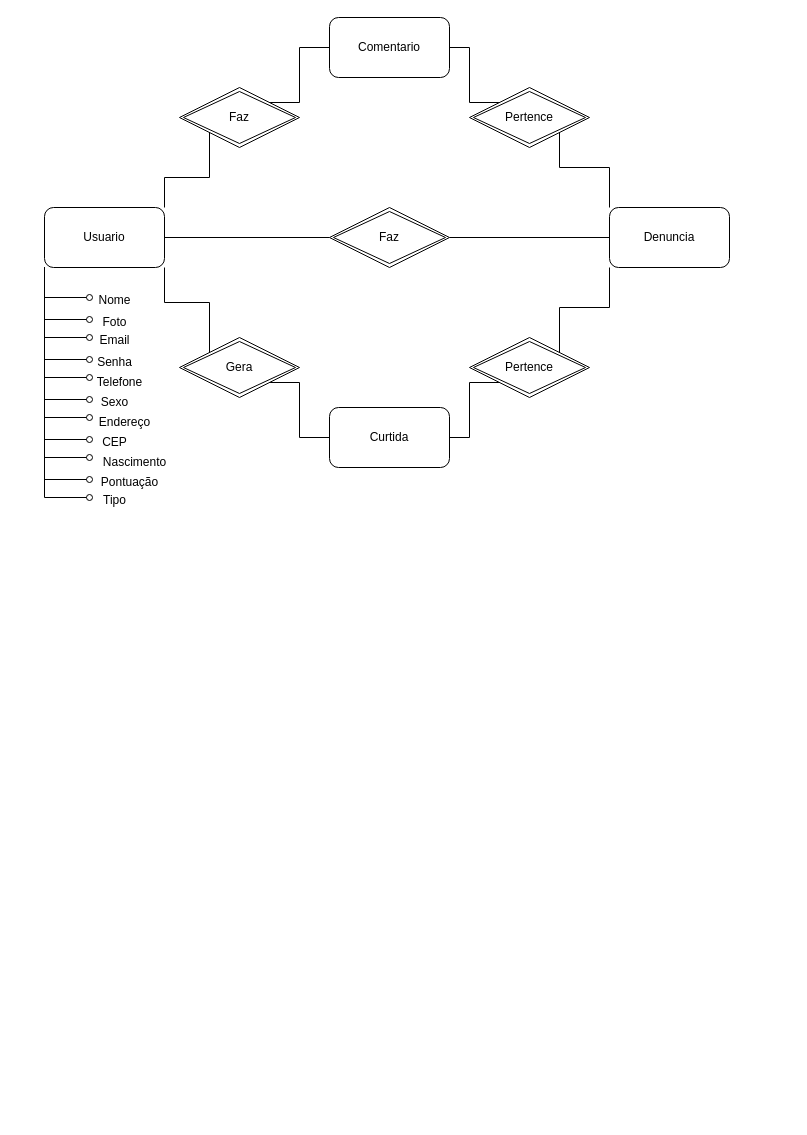
frsouzaa/Documentacao-TCC-NossaVia keeps this draw.io diagram as Documentação/Diagramas/Diagrama Entidade Relacionamento.drawio. Above is the earlier version. Source tidied: cells renumbered, new cells numbered last; positions are measured from the earlier drawing's top-left corner, leaving out a move shared by most shapes. Both pictures are drawn from the tidied source at 100%, with x=0, y=0 at pixel (44, 17).
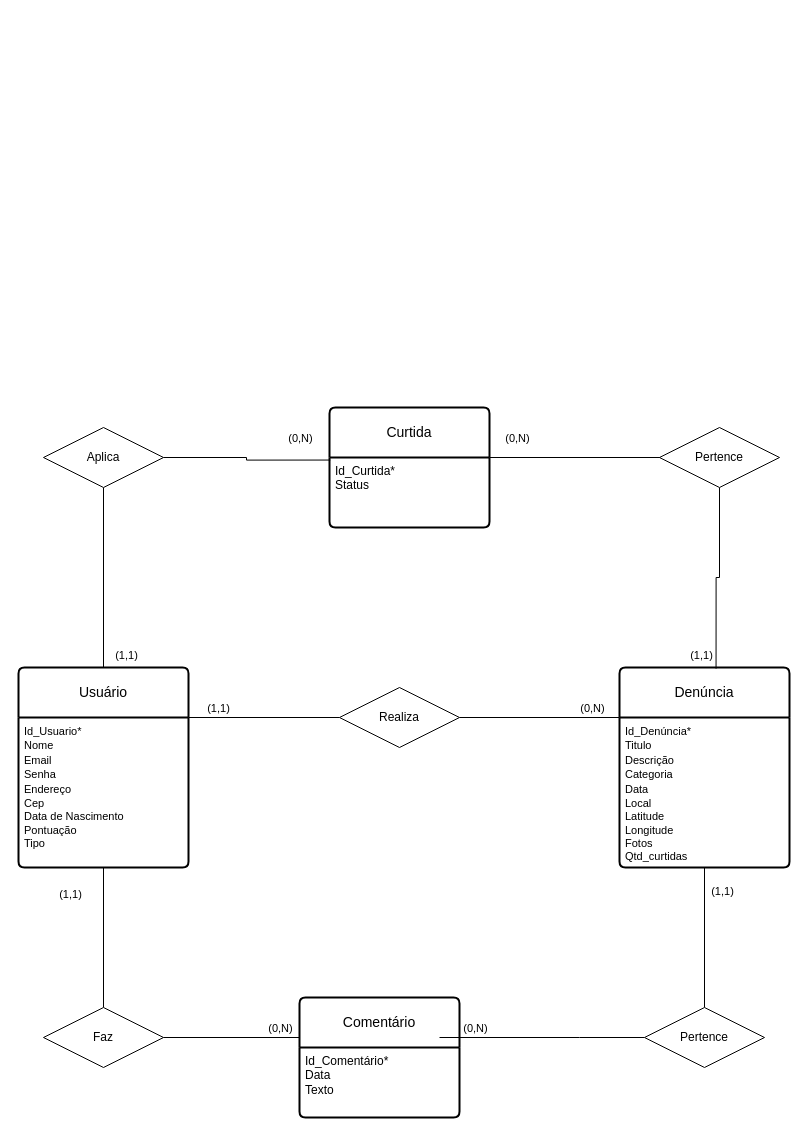
Above is the later version.

The edit, as a diff of the source:
```diff
@@
-    <mxCell id="2" style="edgeStyle=orthogonalEdgeStyle;rounded=0;jettySize=auto;html=1;exitX=1;exitY=0;exitDx=0;exitDy=0;entryX=0;entryY=1;entryDx=0;entryDy=0;endArrow=none;endFill=0;" parent="1" edge="1" source="6" target="13">
-      <mxGeometry relative="1" as="geometry" />
-    </mxCell>
-    <mxCell id="3" style="edgeStyle=orthogonalEdgeStyle;rounded=0;jettySize=auto;html=1;exitX=1;exitY=1;exitDx=0;exitDy=0;entryX=0;entryY=0;entryDx=0;entryDy=0;endArrow=none;endFill=0;" parent="1" edge="1" source="6" target="15">
-      <mxGeometry relative="1" as="geometry" />
-    </mxCell>
-    <mxCell id="4" style="edgeStyle=orthogonalEdgeStyle;rounded=0;jettySize=auto;html=1;exitX=1;exitY=0.5;exitDx=0;exitDy=0;entryX=0;entryY=0.5;entryDx=0;entryDy=0;endArrow=none;endFill=0;" parent="1" edge="1" source="6" target="17">
-      <mxGeometry relative="1" as="geometry" />
-    </mxCell>
-    <mxCell id="5" style="edgeStyle=orthogonalEdgeStyle;rounded=0;jettySize=auto;html=1;exitX=0;exitY=1;exitDx=0;exitDy=0;endArrow=oval;endFill=0;" parent="1" edge="1" source="6">
-      <mxGeometry relative="1" as="geometry">
-        <mxPoint x="45" y="280" as="targetPoint" />
-        <Array as="points">
-          <mxPoint y="280" />
-        </Array>
-      </mxGeometry>
-    </mxCell>
-    <mxCell id="6" value="Usuario" style="rounded=1;whiteSpace=wrap;html=1;" parent="1" vertex="1">
-      <mxGeometry y="190" width="120" height="60" as="geometry" />
-    </mxCell>
-    <mxCell id="7" value="Denuncia" style="rounded=1;whiteSpace=wrap;html=1;" parent="1" vertex="1">
-      <mxGeometry x="565" y="190" width="120" height="60" as="geometry" />
-    </mxCell>
-    <mxCell id="8" style="edgeStyle=orthogonalEdgeStyle;rounded=0;jettySize=auto;html=1;exitX=1;exitY=0.5;exitDx=0;exitDy=0;entryX=0;entryY=0;entryDx=0;entryDy=0;endArrow=none;endFill=0;" parent="1" edge="1" source="9" target="19">
-      <mxGeometry relative="1" as="geometry">
-        <Array as="points">
-          <mxPoint x="425" y="30" />
-          <mxPoint x="425" y="85" />
-        </Array>
-      </mxGeometry>
-    </mxCell>
-    <mxCell id="9" value="Comentario" style="rounded=1;whiteSpace=wrap;html=1;" parent="1" vertex="1">
-      <mxGeometry x="285" width="120" height="60" as="geometry" />
-    </mxCell>
-    <mxCell id="10" style="edgeStyle=orthogonalEdgeStyle;rounded=0;jettySize=auto;html=1;exitX=1;exitY=0.5;exitDx=0;exitDy=0;entryX=0;entryY=1;entryDx=0;entryDy=0;endArrow=none;endFill=0;" parent="1" edge="1" source="11" target="21">
-      <mxGeometry relative="1" as="geometry">
-        <Array as="points">
-          <mxPoint x="425" y="420" />
-          <mxPoint x="425" y="365" />
-        </Array>
-      </mxGeometry>
-    </mxCell>
+    <mxCell id="43" value="Usuário" style="swimlane;horizontal=1;startSize=50;rounded=1;fontSize=14;fontStyle=0;strokeWidth=2;shadow=0;dashed=0;align=center;arcSize=4;whiteSpace=wrap;html=1;" parent="1" vertex="1">
+      <mxGeometry x="-26" y="650" width="170" height="200" as="geometry" />
+    </mxCell>
+    <mxCell id="44" value="&lt;font style=&quot;font-size: 11px;&quot;&gt;Id_Usuario*&lt;br&gt;Nome&lt;br&gt;Email&lt;br&gt;Senha&lt;br&gt;Endereço&lt;br&gt;Cep&lt;br&gt;&lt;/font&gt;&lt;div style=&quot;font-size: 11px;&quot;&gt;&lt;font style=&quot;font-size: 11px;&quot;&gt;Data de Nascimento&lt;br&gt;Pontuação&lt;br&gt;Tipo&lt;/font&gt;&lt;br&gt;&lt;/div&gt;" style="align=left;strokeColor=none;fillColor=none;spacingLeft=4;fontSize=12;verticalAlign=top;html=1;" parent="43" vertex="1">
+      <mxGeometry y="50" width="170" height="150" as="geometry" />
+    </mxCell>
+    <mxCell id="45" value="Denúncia" style="swimlane;horizontal=1;startSize=50;rounded=1;fontSize=14;fontStyle=0;strokeWidth=2;shadow=0;dashed=0;align=center;arcSize=4;whiteSpace=wrap;html=1;" parent="1" vertex="1">
+      <mxGeometry x="575" y="650" width="170" height="200" as="geometry" />
+    </mxCell>
+    <mxCell id="46" value="&lt;font style=&quot;font-size: 11px;&quot;&gt;Id_Denúncia*&lt;br&gt;Titulo&lt;br&gt;Descrição&lt;br&gt;Categoria&lt;br&gt;Data&lt;br&gt;Local&lt;br&gt;&lt;/font&gt;&lt;div style=&quot;font-size: 11px;&quot;&gt;&lt;font style=&quot;font-size: 11px;&quot;&gt;Latitude&lt;br&gt;Longitude&lt;br&gt;&lt;/font&gt;Fotos&lt;/div&gt;&lt;div style=&quot;font-size: 11px;&quot;&gt;Qtd_curtidas&lt;/div&gt;" style="align=left;strokeColor=none;fillColor=none;spacingLeft=4;fontSize=12;verticalAlign=top;html=1;" parent="45" vertex="1">
+      <mxGeometry y="50" width="170" height="150" as="geometry" />
+    </mxCell>
+    <mxCell id="47" value="Comentário" style="swimlane;horizontal=1;startSize=50;rounded=1;fontSize=14;fontStyle=0;strokeWidth=2;shadow=0;align=center;arcSize=4;whiteSpace=wrap;html=1;" parent="1" vertex="1">
+      <mxGeometry x="255" y="980" width="160" height="120" as="geometry" />
+    </mxCell>
+    <mxCell id="48" value="&lt;div&gt;Id_Comentário*&lt;/div&gt;Data&lt;div&gt;Texto&lt;/div&gt;" style="align=left;strokeColor=none;fillColor=none;spacingLeft=4;fontSize=12;verticalAlign=top;html=1;" parent="47" vertex="1">
+      <mxGeometry y="50" width="160" height="70" as="geometry" />
+    </mxCell>
-    <mxCell id="11" value="Curtida" style="rounded=1;whiteSpace=wrap;html=1;" parent="1" vertex="1">
-      <mxGeometry x="285" y="390" width="120" height="60" as="geometry" />
+    <mxCell id="11" value="Curtida" style="swimlane;horizontal=1;startSize=50;rounded=1;fontSize=14;fontStyle=0;strokeWidth=2;shadow=0;align=center;arcSize=4;whiteSpace=wrap;html=1;" parent="1" vertex="1">
+      <mxGeometry x="285" y="390" width="160" height="120" as="geometry" />
     </mxCell>
-    <mxCell id="12" style="edgeStyle=orthogonalEdgeStyle;rounded=0;jettySize=auto;html=1;exitX=1;exitY=0;exitDx=0;exitDy=0;entryX=0;entryY=0.5;entryDx=0;entryDy=0;endArrow=none;endFill=0;" parent="1" edge="1" source="13" target="9">
-      <mxGeometry relative="1" as="geometry">
-        <Array as="points">
-          <mxPoint x="255" y="85" />
-          <mxPoint x="255" y="30" />
-        </Array>
-      </mxGeometry>
-    </mxCell>
-    <mxCell id="13" value="Faz" style="shape=rhombus;double=1;perimeter=rhombusPerimeter;whiteSpace=wrap;html=1;align=center;" parent="1" vertex="1">
-      <mxGeometry x="135" y="70" width="120" height="60" as="geometry" />
-    </mxCell>
-    <mxCell id="14" style="edgeStyle=orthogonalEdgeStyle;rounded=0;jettySize=auto;html=1;exitX=1;exitY=1;exitDx=0;exitDy=0;entryX=0;entryY=0.5;entryDx=0;entryDy=0;endArrow=none;endFill=0;" parent="1" edge="1" source="15" target="11">
-      <mxGeometry relative="1" as="geometry">
-        <Array as="points">
-          <mxPoint x="255" y="365" />
-          <mxPoint x="255" y="420" />
-        </Array>
-      </mxGeometry>
-    </mxCell>
-    <mxCell id="15" value="Gera" style="shape=rhombus;double=1;perimeter=rhombusPerimeter;whiteSpace=wrap;html=1;align=center;" parent="1" vertex="1">
-      <mxGeometry x="135" y="320" width="120" height="60" as="geometry" />
-    </mxCell>
-    <mxCell id="16" style="edgeStyle=orthogonalEdgeStyle;rounded=0;jettySize=auto;html=1;exitX=1;exitY=0.5;exitDx=0;exitDy=0;entryX=0;entryY=0.5;entryDx=0;entryDy=0;endArrow=none;endFill=0;" parent="1" edge="1" source="17" target="7">
-      <mxGeometry relative="1" as="geometry" />
-    </mxCell>
-    <mxCell id="17" value="Faz" style="shape=rhombus;double=1;perimeter=rhombusPerimeter;whiteSpace=wrap;html=1;align=center;" parent="1" vertex="1">
-      <mxGeometry x="285" y="190" width="120" height="60" as="geometry" />
-    </mxCell>
-    <mxCell id="18" style="edgeStyle=orthogonalEdgeStyle;rounded=0;jettySize=auto;html=1;exitX=1;exitY=1;exitDx=0;exitDy=0;entryX=0;entryY=0;entryDx=0;entryDy=0;endArrow=none;endFill=0;" parent="1" edge="1" source="19" target="7">
-      <mxGeometry relative="1" as="geometry">
-        <Array as="points">
-          <mxPoint x="515" y="150" />
-          <mxPoint x="565" y="150" />
-        </Array>
-      </mxGeometry>
-    </mxCell>
-    <mxCell id="19" value="Pertence" style="shape=rhombus;double=1;perimeter=rhombusPerimeter;whiteSpace=wrap;html=1;align=center;" parent="1" vertex="1">
-      <mxGeometry x="425" y="70" width="120" height="60" as="geometry" />
-    </mxCell>
-    <mxCell id="20" style="edgeStyle=orthogonalEdgeStyle;rounded=0;jettySize=auto;html=1;exitX=1;exitY=0;exitDx=0;exitDy=0;entryX=0;entryY=1;entryDx=0;entryDy=0;endArrow=none;endFill=0;" parent="1" edge="1" source="21" target="7">
-      <mxGeometry relative="1" as="geometry">
-        <Array as="points">
-          <mxPoint x="515" y="290" />
-          <mxPoint x="565" y="290" />
-        </Array>
-      </mxGeometry>
-    </mxCell>
-    <mxCell id="21" value="Pertence" style="shape=rhombus;double=1;perimeter=rhombusPerimeter;whiteSpace=wrap;html=1;align=center;" parent="1" vertex="1">
-      <mxGeometry x="425" y="320" width="120" height="60" as="geometry" />
-    </mxCell>
-    <mxCell id="22" value="Nome" style="text;html=1;align=center;verticalAlign=middle;strokeColor=none;fillColor=none;" parent="1" vertex="1">
-      <mxGeometry x="40" y="268" width="60" height="30" as="geometry" />
-    </mxCell>
-    <mxCell id="23" style="edgeStyle=orthogonalEdgeStyle;rounded=0;jettySize=auto;html=1;exitX=0;exitY=1;exitDx=0;exitDy=0;endArrow=oval;endFill=0;" parent="1" edge="1" source="6">
-      <mxGeometry relative="1" as="geometry">
-        <mxPoint x="45" y="302" as="targetPoint" />
-        <Array as="points">
-          <mxPoint y="302" />
-        </Array>
-      </mxGeometry>
-    </mxCell>
-    <mxCell id="24" value="Foto" style="text;html=1;align=center;verticalAlign=middle;strokeColor=none;fillColor=none;" parent="1" vertex="1">
-      <mxGeometry x="45" y="290" width="50" height="30" as="geometry" />
-    </mxCell>
-    <mxCell id="25" style="edgeStyle=orthogonalEdgeStyle;rounded=0;jettySize=auto;html=1;exitX=0;exitY=1;exitDx=0;exitDy=0;endArrow=oval;endFill=0;" parent="1" edge="1" source="6">
-      <mxGeometry relative="1" as="geometry">
-        <mxPoint x="45" y="320" as="targetPoint" />
-        <Array as="points">
-          <mxPoint y="320" />
-        </Array>
-      </mxGeometry>
-    </mxCell>
-    <mxCell id="26" value="Email" style="text;html=1;align=center;verticalAlign=middle;strokeColor=none;fillColor=none;" parent="1" vertex="1">
-      <mxGeometry x="45" y="308" width="50" height="30" as="geometry" />
-    </mxCell>
-    <mxCell id="27" style="edgeStyle=orthogonalEdgeStyle;rounded=0;jettySize=auto;html=1;exitX=0;exitY=1;exitDx=0;exitDy=0;endArrow=oval;endFill=0;" parent="1" edge="1" source="6">
-      <mxGeometry relative="1" as="geometry">
-        <mxPoint x="45" y="342" as="targetPoint" />
-        <Array as="points">
-          <mxPoint y="342" />
-        </Array>
-      </mxGeometry>
-    </mxCell>
-    <mxCell id="28" value="Senha" style="text;html=1;align=center;verticalAlign=middle;strokeColor=none;fillColor=none;" parent="1" vertex="1">
-      <mxGeometry x="40" y="330" width="60" height="30" as="geometry" />
-    </mxCell>
-    <mxCell id="29" style="edgeStyle=orthogonalEdgeStyle;rounded=0;jettySize=auto;html=1;exitX=0;exitY=1;exitDx=0;exitDy=0;endArrow=oval;endFill=0;" parent="1" edge="1" source="6">
-      <mxGeometry relative="1" as="geometry">
-        <mxPoint x="45" y="360" as="targetPoint" />
-        <Array as="points">
-          <mxPoint y="360" />
-        </Array>
-      </mxGeometry>
-    </mxCell>
-    <mxCell id="30" value="Telefone" style="text;html=1;align=center;verticalAlign=middle;strokeColor=none;fillColor=none;" parent="1" vertex="1">
-      <mxGeometry x="40" y="350" width="70" height="30" as="geometry" />
-    </mxCell>
-    <mxCell id="31" style="edgeStyle=orthogonalEdgeStyle;rounded=0;jettySize=auto;html=1;exitX=0;exitY=1;exitDx=0;exitDy=0;endArrow=oval;endFill=0;" parent="1" edge="1" source="6">
-      <mxGeometry relative="1" as="geometry">
-        <mxPoint x="45" y="382" as="targetPoint" />
-        <Array as="points">
-          <mxPoint y="382" />
-        </Array>
-      </mxGeometry>
-    </mxCell>
-    <mxCell id="32" value="Sexo" style="text;html=1;align=center;verticalAlign=middle;strokeColor=none;fillColor=none;" parent="1" vertex="1">
-      <mxGeometry x="45" y="370" width="50" height="30" as="geometry" />
-    </mxCell>
-    <mxCell id="33" style="edgeStyle=orthogonalEdgeStyle;rounded=0;jettySize=auto;html=1;exitX=0;exitY=1;exitDx=0;exitDy=0;endArrow=oval;endFill=0;" parent="1" edge="1" source="6">
-      <mxGeometry relative="1" as="geometry">
-        <mxPoint x="45" y="400" as="targetPoint" />
-        <Array as="points">
-          <mxPoint y="400" />
-        </Array>
-      </mxGeometry>
-    </mxCell>
-    <mxCell id="34" value="Endereço" style="text;html=1;align=center;verticalAlign=middle;strokeColor=none;fillColor=none;" parent="1" vertex="1">
-      <mxGeometry x="45" y="390" width="70" height="30" as="geometry" />
-    </mxCell>
-    <mxCell id="35" style="edgeStyle=orthogonalEdgeStyle;rounded=0;orthogonalLoop=1;jettySize=auto;html=1;endArrow=oval;endFill=0;" parent="1" edge="1">
-      <mxGeometry relative="1" as="geometry">
-        <mxPoint y="250" as="sourcePoint" />
-        <mxPoint x="45" y="422" as="targetPoint" />
-        <Array as="points">
-          <mxPoint y="422" />
-        </Array>
-      </mxGeometry>
-    </mxCell>
-    <mxCell id="36" value="CEP" style="text;html=1;align=center;verticalAlign=middle;strokeColor=none;fillColor=none;" parent="1" vertex="1">
-      <mxGeometry x="45" y="410" width="50" height="30" as="geometry" />
-    </mxCell>
-    <mxCell id="37" style="edgeStyle=orthogonalEdgeStyle;rounded=0;jettySize=auto;html=1;exitX=0;exitY=1;exitDx=0;exitDy=0;endArrow=oval;endFill=0;" parent="1" edge="1" source="6">
-      <mxGeometry relative="1" as="geometry">
-        <mxPoint x="45" y="440" as="targetPoint" />
-        <Array as="points">
-          <mxPoint y="440" />
-        </Array>
-      </mxGeometry>
-    </mxCell>
-    <mxCell id="38" value="Nascimento" style="text;html=1;align=center;verticalAlign=middle;strokeColor=none;fillColor=none;" parent="1" vertex="1">
-      <mxGeometry x="45" y="430" width="90" height="30" as="geometry" />
-    </mxCell>
-    <mxCell id="39" style="edgeStyle=orthogonalEdgeStyle;rounded=0;jettySize=auto;html=1;exitX=0;exitY=1;exitDx=0;exitDy=0;endArrow=oval;endFill=0;" parent="1" edge="1" source="6">
-      <mxGeometry relative="1" as="geometry">
-        <mxPoint x="45" y="462" as="targetPoint" />
-        <Array as="points">
-          <mxPoint y="462" />
-        </Array>
-      </mxGeometry>
-    </mxCell>
-    <mxCell id="40" value="Pontuação" style="text;html=1;align=center;verticalAlign=middle;strokeColor=none;fillColor=none;" parent="1" vertex="1">
-      <mxGeometry x="45" y="450" width="80" height="30" as="geometry" />
-    </mxCell>
-    <mxCell id="41" style="edgeStyle=orthogonalEdgeStyle;rounded=0;jettySize=auto;html=1;exitX=0;exitY=1;exitDx=0;exitDy=0;endArrow=oval;endFill=0;" parent="1" edge="1" source="6">
-      <mxGeometry relative="1" as="geometry">
-        <mxPoint x="45" y="480" as="targetPoint" />
-        <Array as="points">
-          <mxPoint y="480" />
-        </Array>
-      </mxGeometry>
-    </mxCell>
-    <mxCell id="42" value="Tipo" style="text;html=1;align=center;verticalAlign=middle;strokeColor=none;fillColor=none;" parent="1" vertex="1">
-      <mxGeometry x="45" y="468" width="50" height="30" as="geometry" />
-    </mxCell>
+    <mxCell id="49" value="&lt;div&gt;Id_Curtida*&lt;/div&gt;Status" style="align=left;strokeColor=none;fillColor=none;spacingLeft=4;fontSize=12;verticalAlign=top;html=1;" parent="11" vertex="1">
+      <mxGeometry y="50" width="160" height="70" as="geometry" />
+    </mxCell>
+    <mxCell id="50" style="edgeStyle=orthogonalEdgeStyle;rounded=0;jettySize=auto;html=1;exitX=0.5;exitY=0;exitDx=0;exitDy=0;entryX=0.5;entryY=1;entryDx=0;entryDy=0;endArrow=none;endFill=0;" parent="1" edge="1" source="43" target="69">
+      <mxGeometry relative="1" as="geometry" />
+    </mxCell>
+    <mxCell id="51" style="rounded=0;jettySize=auto;html=1;exitX=1;exitY=0.5;exitDx=0;exitDy=0;entryX=0;entryY=0;entryDx=0;entryDy=0;endArrow=none;endFill=0;" parent="1" edge="1" source="53" target="46">
+      <mxGeometry relative="1" as="geometry" />
+    </mxCell>
+    <mxCell id="52" value="(0,N)" style="edgeLabel;html=1;align=center;verticalAlign=middle;" parent="51" vertex="1">
+      <mxGeometry x="0.65" y="2" relative="1" as="geometry">
+        <mxPoint y="-8" as="offset" />
+      </mxGeometry>
+    </mxCell>
+    <mxCell id="53" value="Realiza" style="shape=rhombus;perimeter=rhombusPerimeter;whiteSpace=wrap;html=1;align=center;" parent="1" vertex="1">
+      <mxGeometry x="295" y="670" width="120" height="60" as="geometry" />
+    </mxCell>
+    <mxCell id="54" style="endArrow=none;html=1;rounded=0;exitX=1;exitY=0.25;exitDx=0;exitDy=0;entryX=0;entryY=0.5;entryDx=0;entryDy=0;" parent="1" edge="1" source="43" target="53">
+      <mxGeometry relative="1" as="geometry" />
+    </mxCell>
+    <mxCell id="55" value="(1,1)" style="edgeLabel;html=1;align=center;verticalAlign=middle;" parent="54" vertex="1">
+      <mxGeometry x="-0.62" y="-1" relative="1" as="geometry">
+        <mxPoint y="-11" as="offset" />
+      </mxGeometry>
+    </mxCell>
+    <mxCell id="56" style="edgeStyle=orthogonalEdgeStyle;rounded=0;jettySize=auto;html=1;exitX=0;exitY=0;exitDx=0;exitDy=0;entryX=1;entryY=0.5;entryDx=0;entryDy=0;endArrow=none;endFill=0;" parent="1" edge="1" source="48" target="62">
+      <mxGeometry relative="1" as="geometry">
+        <Array as="points">
+          <mxPoint x="255" y="1020" />
+        </Array>
+      </mxGeometry>
+    </mxCell>
+    <mxCell id="57" value="(0,N)" style="edgeLabel;html=1;align=center;verticalAlign=middle;" parent="56" vertex="1">
+      <mxGeometry x="-0.7" y="-1" relative="1" as="geometry">
+        <mxPoint x="-8" y="-9" as="offset" />
+      </mxGeometry>
+    </mxCell>
+    <mxCell id="58" style="edgeStyle=orthogonalEdgeStyle;rounded=0;jettySize=auto;html=1;exitX=1;exitY=0;exitDx=0;exitDy=0;entryX=0;entryY=0.5;entryDx=0;entryDy=0;endArrow=none;endFill=0;" parent="1" edge="1" source="49" target="71">
+      <mxGeometry relative="1" as="geometry">
+        <Array as="points">
+          <mxPoint x="625" y="440" />
+        </Array>
+      </mxGeometry>
+    </mxCell>
+    <mxCell id="59" value="(0,N)" style="edgeLabel;html=1;align=center;verticalAlign=middle;" parent="58" vertex="1">
+      <mxGeometry x="-0.42" y="-2" relative="1" as="geometry">
+        <mxPoint x="-28" y="-22" as="offset" />
+      </mxGeometry>
+    </mxCell>
+    <mxCell id="60" style="edgeStyle=orthogonalEdgeStyle;rounded=0;jettySize=auto;html=1;exitX=0.5;exitY=0;exitDx=0;exitDy=0;entryX=0.5;entryY=1;entryDx=0;entryDy=0;endArrow=none;endFill=0;" parent="1" edge="1" source="62" target="44">
+      <mxGeometry relative="1" as="geometry" />
+    </mxCell>
+    <mxCell id="61" value="(1,1)" style="edgeLabel;html=1;align=center;verticalAlign=middle;" parent="60" vertex="1">
+      <mxGeometry x="0.62" y="2" relative="1" as="geometry">
+        <mxPoint x="-32" y="-1" as="offset" />
+      </mxGeometry>
+    </mxCell>
+    <mxCell id="62" value="Faz" style="shape=rhombus;perimeter=rhombusPerimeter;whiteSpace=wrap;html=1;align=center;" parent="1" vertex="1">
+      <mxGeometry x="-1" y="990" width="120" height="60" as="geometry" />
+    </mxCell>
+    <mxCell id="63" style="edgeStyle=orthogonalEdgeStyle;rounded=0;jettySize=auto;html=1;exitX=0.5;exitY=0;exitDx=0;exitDy=0;entryX=0.5;entryY=1;entryDx=0;entryDy=0;endArrow=none;endFill=0;" parent="1" edge="1" source="67" target="46">
+      <mxGeometry relative="1" as="geometry" />
+    </mxCell>
+    <mxCell id="64" value="(1,1)" style="edgeLabel;html=1;align=center;verticalAlign=middle;" parent="63" vertex="1">
+      <mxGeometry x="0.57" y="1" relative="1" as="geometry">
+        <mxPoint x="18" y="-7" as="offset" />
+      </mxGeometry>
+    </mxCell>
+    <mxCell id="65" style="edgeStyle=orthogonalEdgeStyle;rounded=0;jettySize=auto;html=1;exitX=0;exitY=0.5;exitDx=0;exitDy=0;entryX=1;entryY=0.5;entryDx=0;entryDy=0;endArrow=none;endFill=0;" parent="1" edge="1" source="67">
+      <mxGeometry relative="1" as="geometry">
+        <mxPoint x="395" y="1020" as="targetPoint" />
+        <Array as="points">
+          <mxPoint x="535" y="1020" />
+          <mxPoint x="535" y="1020" />
+        </Array>
+      </mxGeometry>
+    </mxCell>
+    <mxCell id="66" value="(0,N)" style="edgeLabel;html=1;align=center;verticalAlign=middle;" parent="65" vertex="1">
+      <mxGeometry x="0.66" y="-1" relative="1" as="geometry">
+        <mxPoint y="-9" as="offset" />
+      </mxGeometry>
+    </mxCell>
+    <mxCell id="67" value="Pertence" style="shape=rhombus;perimeter=rhombusPerimeter;whiteSpace=wrap;html=1;align=center;" parent="1" vertex="1">
+      <mxGeometry x="600" y="990" width="120" height="60" as="geometry" />
+    </mxCell>
+    <mxCell id="68" style="edgeStyle=orthogonalEdgeStyle;rounded=0;jettySize=auto;html=1;exitX=1;exitY=0.5;exitDx=0;exitDy=0;entryX=0.005;entryY=0.438;entryDx=0;entryDy=0;endArrow=none;endFill=0;entryPerimeter=0;" parent="1" edge="1" source="69" target="11">
+      <mxGeometry relative="1" as="geometry" />
+    </mxCell>
+    <mxCell id="69" value="Aplica" style="shape=rhombus;perimeter=rhombusPerimeter;whiteSpace=wrap;html=1;align=center;" parent="1" vertex="1">
+      <mxGeometry x="-1" y="410" width="120" height="60" as="geometry" />
+    </mxCell>
+    <mxCell id="70" style="edgeStyle=orthogonalEdgeStyle;rounded=0;jettySize=auto;html=1;exitX=0.5;exitY=1;exitDx=0;exitDy=0;entryX=0.568;entryY=0.006;entryDx=0;entryDy=0;endArrow=none;endFill=0;entryPerimeter=0;" parent="1" edge="1" source="71" target="45">
+      <mxGeometry relative="1" as="geometry" />
+    </mxCell>
+    <mxCell id="71" value="Pertence" style="shape=rhombus;perimeter=rhombusPerimeter;whiteSpace=wrap;html=1;align=center;" parent="1" vertex="1">
+      <mxGeometry x="615" y="410" width="120" height="60" as="geometry" />
+    </mxCell>
+    <mxCell id="72" value="(1,1)" style="edgeLabel;html=1;align=center;verticalAlign=middle;" parent="1" vertex="1">
+      <mxGeometry x="660" y="690" as="geometry">
+        <mxPoint x="-4" y="-53" as="offset" />
+      </mxGeometry>
+    </mxCell>
+    <mxCell id="73" value="(1,1)" style="edgeLabel;html=1;align=center;verticalAlign=middle;" parent="1" vertex="1">
+      <mxGeometry x="85" y="690" as="geometry">
+        <mxPoint x="-4" y="-53" as="offset" />
+      </mxGeometry>
+    </mxCell>
+    <mxCell id="74" value="(0,N)" style="edgeLabel;html=1;align=center;verticalAlign=middle;" parent="1" vertex="1">
+      <mxGeometry x="255" y="420" as="geometry" />
+    </mxCell>
```
